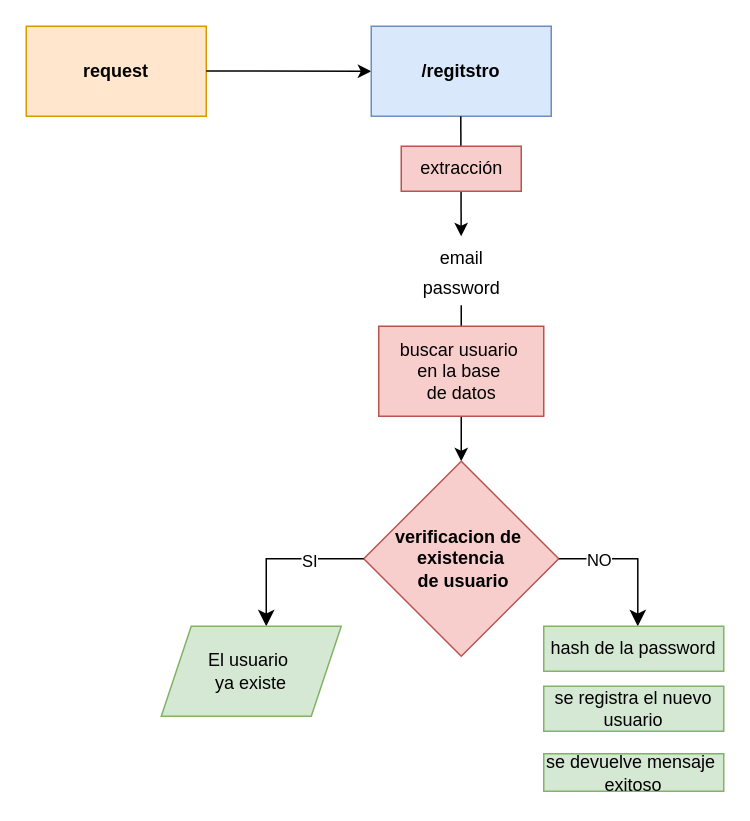
Above: api.drawio in FernandoAMoyano/user_auth_express (draw.io), before the change. Source tidied: cells renumbered, new cells numbered last; positions are measured from the earlier drawing's top-left corner, leaving out a move shared by most shapes. Both pictures are drawn from the tidied source at 150%, with x=0, y=0 at pixel (26, 26).
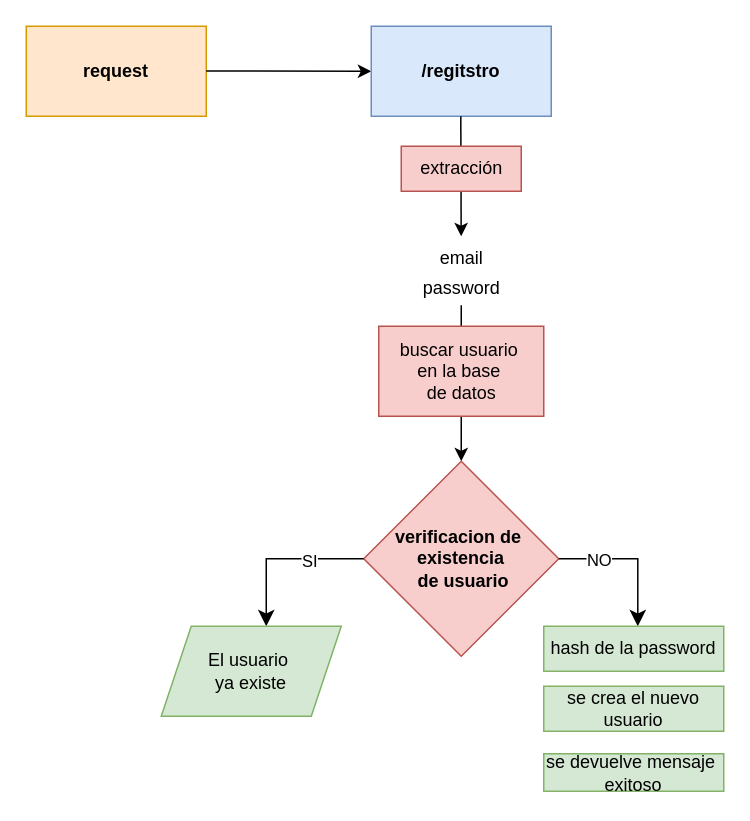
The same page after the edit.

Diff of the diagram source:
```diff
@@
-    <mxCell id="18" value="se registra el nuevo usuario" style="rounded=0;whiteSpace=wrap;html=1;fillColor=#d5e8d4;strokeColor=#82b366;" parent="1" vertex="1">
+    <mxCell id="18" value="se crea el nuevo usuario" style="rounded=0;whiteSpace=wrap;html=1;fillColor=#d5e8d4;strokeColor=#82b366;" parent="1" vertex="1">
       <mxGeometry x="345" y="440" width="120" height="30" as="geometry" />
     </mxCell>
```
